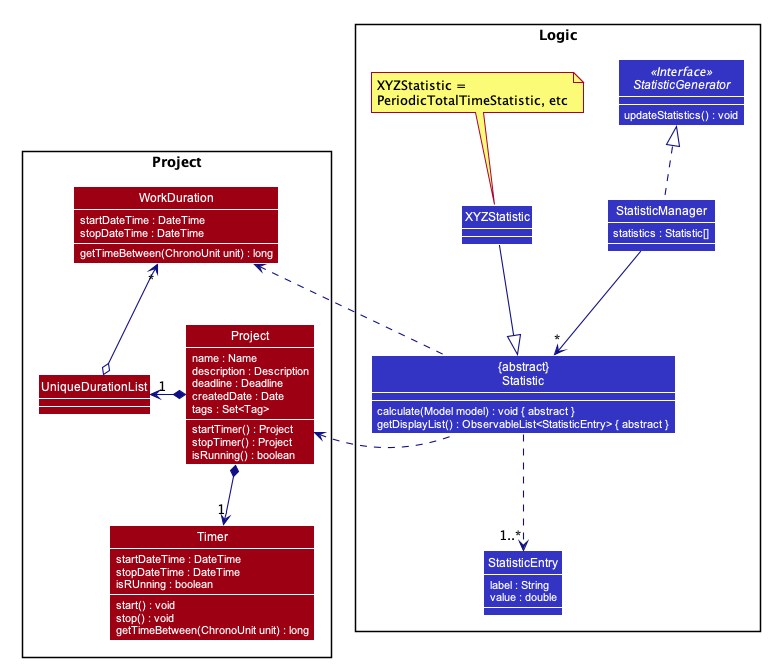
The PlantUML diagram docs/images/TimerDurationClassDiagram.png in pr4aveen/tp, before a commit. Its diagram source:
```plantuml
@startuml








skinparam BackgroundColor #FFFFFFF

skinparam Shadowing false

skinparam Class {
    FontColor #FFFFFF
    BorderThickness 1
    BorderColor #FFFFFF
    StereotypeFontColor #FFFFFF
    FontName Arial
}

skinparam Actor {
    BorderColor #000000
    Color #000000
    FontName Arial
}

skinparam Sequence {
    MessageAlign center
    BoxFontSize 15
    BoxPadding 0
    BoxFontColor #FFFFFF
    FontName Arial
}

skinparam Participant {
    FontColor #FFFFFFF
    Padding 20
}

skinparam ClassAttribute {
    FontColor #FFFFFF
    StereotypeFontColor #FFFFFF
    FontName Arial
}

skinparam MinClassWidth 50
skinparam ParticipantPadding 10
skinparam Shadowing false
skinparam DefaultTextAlignment center
skinparam packageStyle Rectangle

hide footbox
hide circle
skinparam arrowThickness 1.1
skinparam arrowColor #101086

package Project {
Class Project #9D0012 {
    name : Name
    description : Description
    deadline : Deadline
    createdDate : Date
    tags : Set<Tag>
    startTimer() : Project
    stopTimer() : Project
    isRunning() : boolean
}
Class Timer #9D0012 {
    startDateTime : DateTime
    stopDateTime : DateTime
    isRUnning : boolean
    start() : void
    stop() : void
    getTimeBetween(ChronoUnit unit) : long
}
Class UniqueDurationList #9D0012
Class WorkDuration #9D0012 {
    startDateTime : DateTime
    stopDateTime : DateTime
    getTimeBetween(ChronoUnit unit) : long
}

}

package Logic {

Interface StatisticGenerator <<Interface>> #3333C4 {
    updateStatistics() : void
}
Class StatisticManager #3333C4 {
    statistics : Statistic[]
}
Class XYZStatistic #3333C4
Class StatisticEntry #3333C4 {
    label : String
    value : double
}
Class "{abstract}\nStatistic" as Statistic #3333C4 {
    calculate(Model model) : void { abstract }
    getDisplayList() : ObservableList<StatisticEntry> { abstract }
}
note top of XYZStatistic: XYZStatistic = \nPeriodicTotalTimeStatistic, etc

}


StatisticManager .up.|> StatisticGenerator
StatisticManager --> "*" Statistic
Statistic ..> "1..*" StatisticEntry
XYZStatistic --|> Statistic

Project *-left-> "1" UniqueDurationList
Project *--> "1" Timer
UniqueDurationList o-up-> "*" WorkDuration

Statistic .left.> Project
Statistic .left.> WorkDuration



@enduml
```
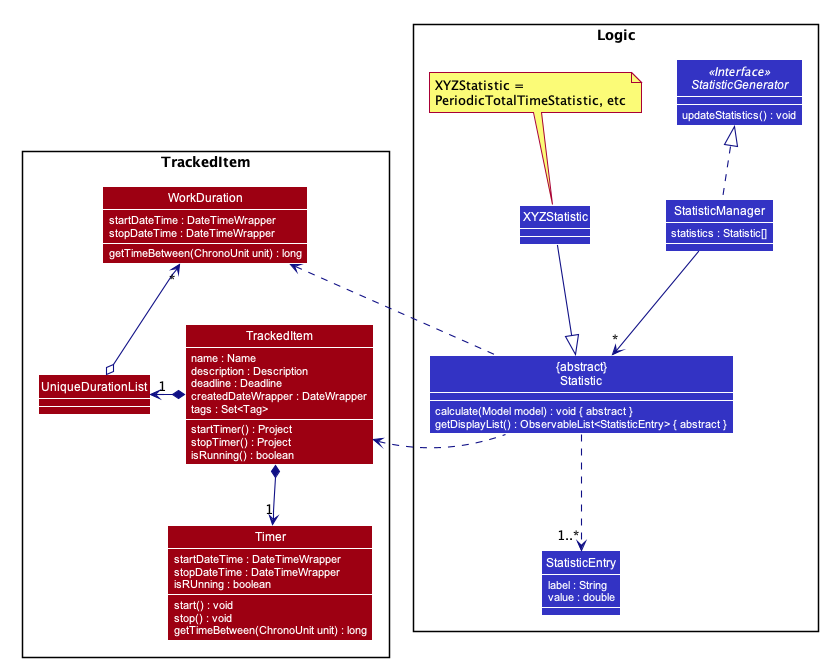
Above is the later version.

The edit, as a diff of the source:
```diff
@@ -55,20 +55,20 @@
 skinparam arrowThickness 1.1
 skinparam arrowColor #101086
 
-package Project {
-Class Project #9D0012 {
+package TrackedItem {
+Class TrackedItem #9D0012 {
     name : Name
     description : Description
     deadline : Deadline
-    createdDate : Date
+    createdDateWrapper : DateWrapper
     tags : Set<Tag>
     startTimer() : Project
     stopTimer() : Project
     isRunning() : boolean
 }
 Class Timer #9D0012 {
-    startDateTime : DateTime
-    stopDateTime : DateTime
+    startDateTime : DateTimeWrapper
+    stopDateTime : DateTimeWrapper
     isRUnning : boolean
     start() : void
     stop() : void
@@ -76,8 +76,8 @@
 }
 Class UniqueDurationList #9D0012
 Class WorkDuration #9D0012 {
-    startDateTime : DateTime
-    stopDateTime : DateTime
+    startDateTime : DateTimeWrapper
+    stopDateTime : DateTimeWrapper
     getTimeBetween(ChronoUnit unit) : long
 }
 
@@ -110,11 +110,11 @@
 Statistic ..> "1..*" StatisticEntry
 XYZStatistic --|> Statistic
 
-Project *-left-> "1" UniqueDurationList
-Project *--> "1" Timer
+TrackedItem *-left-> "1" UniqueDurationList
+TrackedItem *--> "1" Timer
 UniqueDurationList o-up-> "*" WorkDuration
 
-Statistic .left.> Project
+Statistic .left.> TrackedItem
 Statistic .left.> WorkDuration
 
 
```
